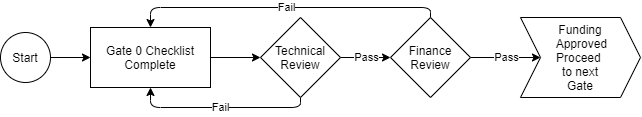
secunoid/InformationSecurity keeps this draw.io diagram as images/ProjectGovernance.png. Above is the earlier version. Source tidied: cells renumbered, new cells last; positions are measured from the earlier drawing's top-left corner, leaving out a move shared by most shapes.
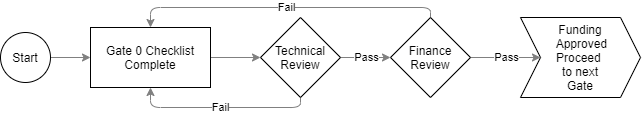
Later version of the same file.

The edit, as a diff of the source:
```diff
@@ -2,16 +2,16 @@
   <root>
     <mxCell id="0" />
     <mxCell id="1" parent="0" />
-    <mxCell id="2" style="edgeStyle=orthogonalEdgeStyle;jettySize=auto;html=1;" parent="1" edge="1" source="3" target="6">
+    <mxCell id="2" style="edgeStyle=orthogonalEdgeStyle;jettySize=auto;html=1;strokeColor=#808080;" parent="1" edge="1" source="3" target="6">
       <mxGeometry relative="1" as="geometry" />
     </mxCell>
     <mxCell id="3" value="Gate 0 Checklist Complete" style="whiteSpace=wrap;html=1;" parent="1" vertex="1">
       <mxGeometry x="90" y="20" width="120" height="60" as="geometry" />
     </mxCell>
-    <mxCell id="4" value="Pass" style="edgeStyle=orthogonalEdgeStyle;jettySize=auto;html=1;" parent="1" edge="1" source="6" target="9">
+    <mxCell id="4" value="Pass" style="edgeStyle=orthogonalEdgeStyle;jettySize=auto;html=1;strokeColor=#808080;" parent="1" edge="1" source="6" target="9">
       <mxGeometry relative="1" as="geometry" />
     </mxCell>
-    <mxCell id="5" value="Fail" style="edgeStyle=orthogonalEdgeStyle;jettySize=auto;html=1;exitX=0.5;exitY=1;exitDx=0;exitDy=0;entryX=0.5;entryY=1;entryDx=0;entryDy=0;" parent="1" edge="1" source="6" target="3">
+    <mxCell id="5" value="Fail" style="edgeStyle=orthogonalEdgeStyle;jettySize=auto;html=1;exitX=0.5;exitY=1;exitDx=0;exitDy=0;entryX=0.5;entryY=1;entryDx=0;entryDy=0;strokeColor=#808080;" parent="1" edge="1" source="6" target="3">
       <mxGeometry relative="1" as="geometry">
         <Array as="points">
           <mxPoint x="300" y="100" />
@@ -22,7 +22,7 @@
     <mxCell id="6" value="Technical Review" style="rhombus;whiteSpace=wrap;html=1;" parent="1" vertex="1">
       <mxGeometry x="260" y="10" width="80" height="80" as="geometry" />
     </mxCell>
-    <mxCell id="7" value="Fail" style="edgeStyle=orthogonalEdgeStyle;jettySize=auto;html=1;exitX=0.5;exitY=0;exitDx=0;exitDy=0;entryX=0.5;entryY=0;entryDx=0;entryDy=0;" parent="1" edge="1" source="9" target="3">
+    <mxCell id="7" value="Fail" style="edgeStyle=orthogonalEdgeStyle;jettySize=auto;html=1;exitX=0.5;exitY=0;exitDx=0;exitDy=0;entryX=0.5;entryY=0;entryDx=0;entryDy=0;strokeColor=#808080;" parent="1" edge="1" source="9" target="3">
       <mxGeometry relative="1" as="geometry">
         <Array as="points">
           <mxPoint x="430" />
@@ -30,13 +30,13 @@
         </Array>
       </mxGeometry>
     </mxCell>
-    <mxCell id="8" value="Pass" style="edgeStyle=orthogonalEdgeStyle;jettySize=auto;html=1;exitX=1;exitY=0.5;exitDx=0;exitDy=0;entryX=0;entryY=0.5;entryDx=0;entryDy=0;" parent="1" edge="1" source="9" target="12">
+    <mxCell id="8" value="Pass" style="edgeStyle=orthogonalEdgeStyle;jettySize=auto;html=1;exitX=1;exitY=0.5;exitDx=0;exitDy=0;entryX=0;entryY=0.5;entryDx=0;entryDy=0;strokeColor=#808080;" parent="1" edge="1" source="9" target="12">
       <mxGeometry relative="1" as="geometry" />
     </mxCell>
     <mxCell id="9" value="Finance Review" style="rhombus;whiteSpace=wrap;html=1;" parent="1" vertex="1">
       <mxGeometry x="390" y="10" width="80" height="80" as="geometry" />
     </mxCell>
-    <mxCell id="10" style="edgeStyle=orthogonalEdgeStyle;jettySize=auto;html=1;" parent="1" edge="1" source="11" target="3">
+    <mxCell id="10" style="edgeStyle=orthogonalEdgeStyle;jettySize=auto;html=1;strokeColor=#808080;" parent="1" edge="1" source="11" target="3">
       <mxGeometry relative="1" as="geometry" />
     </mxCell>
     <mxCell id="11" value="Start" style="ellipse;whiteSpace=wrap;html=1;" parent="1" vertex="1">
```
